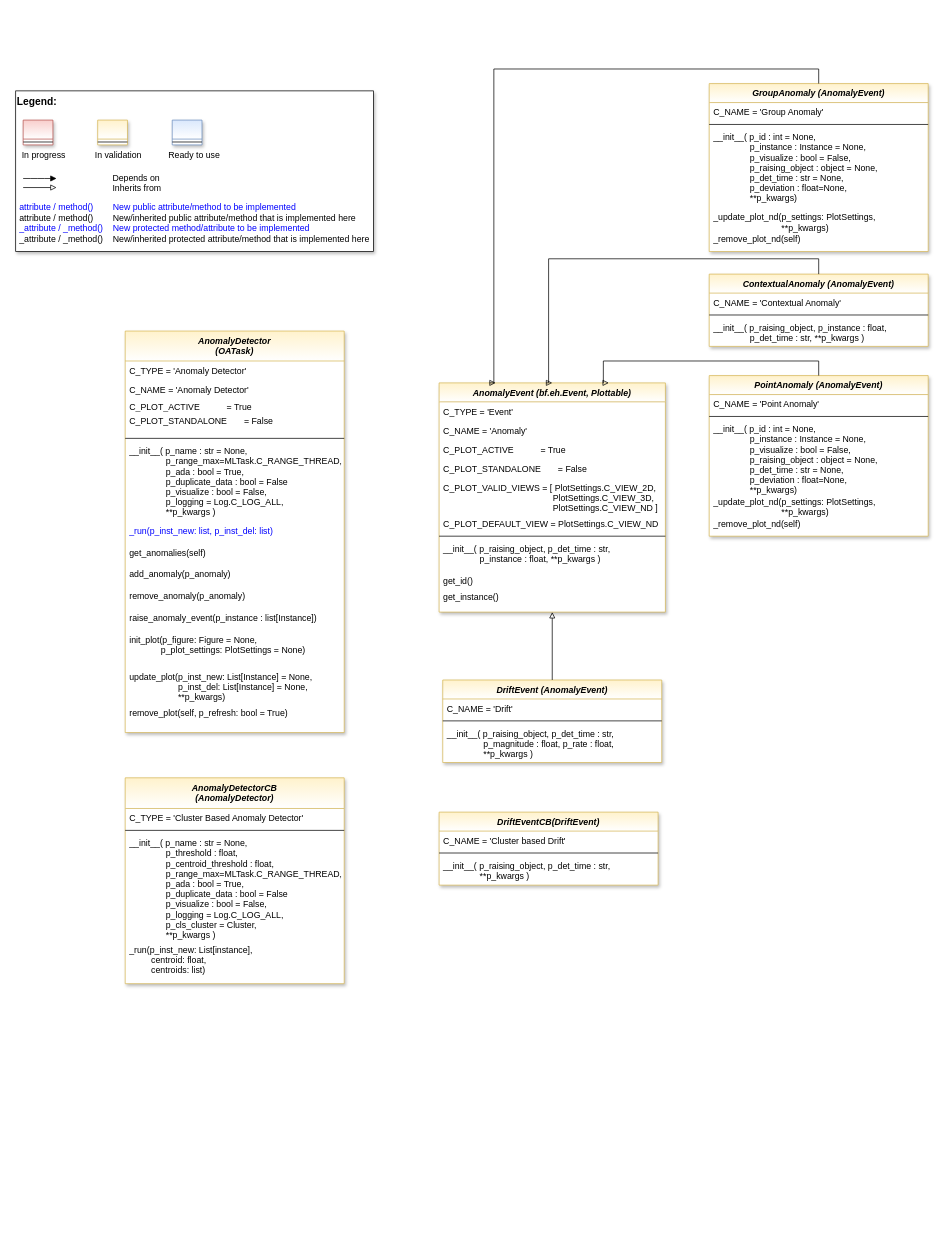
Before: page "Page-1" (1 of 2) of doc/rtd/content/99_appendices/appendix2/sub/core/mlpro_oa/streams/tasks/images/MLPro-OA_Anomaly_Detectors_class_diagram.drawio in fhswf/MLPro, a draw.io diagram. Source tidied: cells renumbered, new cells numbered last; positions are measured from the earlier drawing's top-left corner, leaving out a move shared by most shapes. Both pictures are drawn from the tidied source at 73%, with x=0, y=0 at pixel (15, 69).
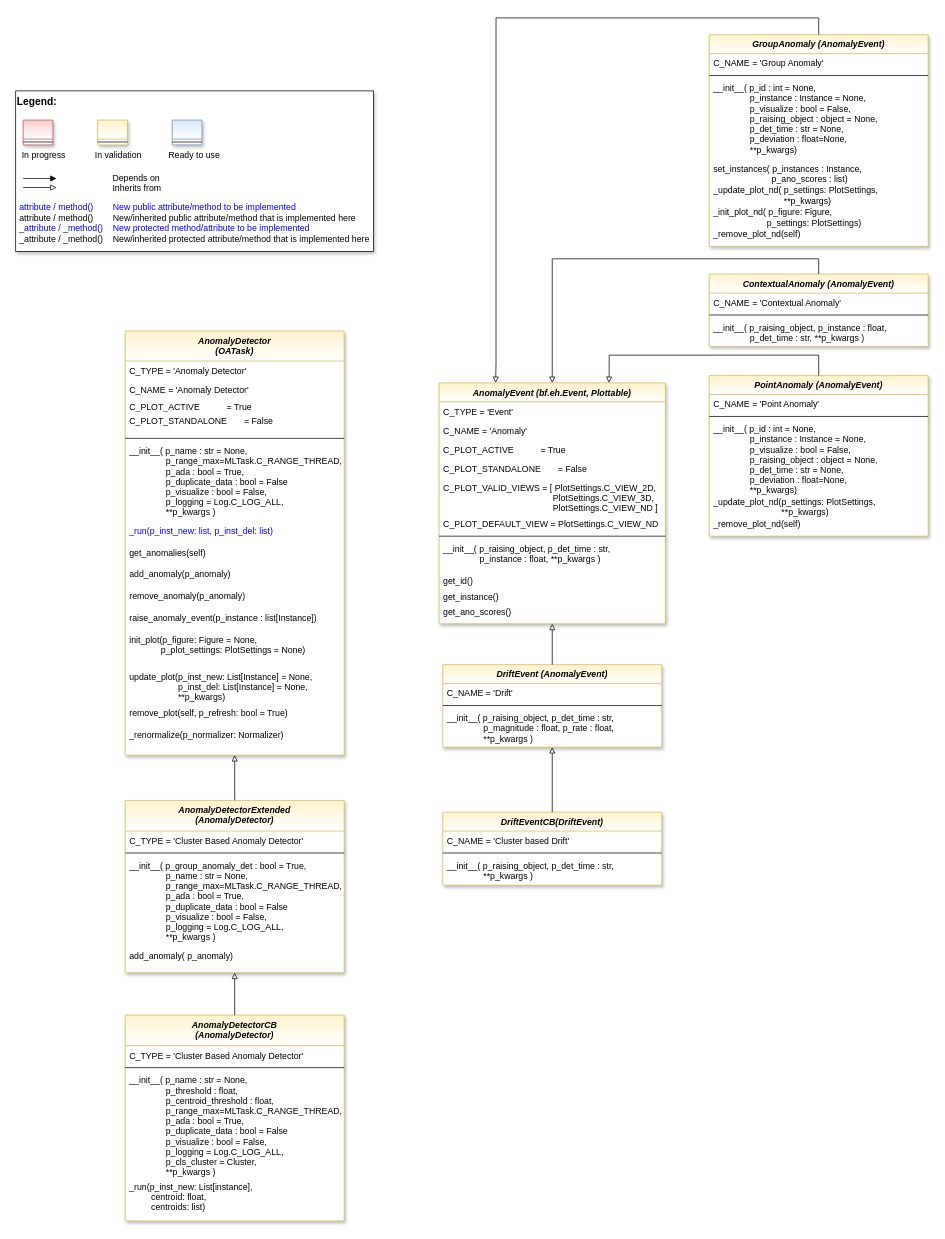
After the change.

Commit message (it also covers changes not shown here):
OA-Streams-AD: Visualization of anomalies #926

Unchanged cells that the change refers to:
```xml
<mxCell id="43" value="PointAnomaly (AnomalyEvent)" style="swimlane;fontStyle=3;align=center;verticalAlign=top;horizontal=1;startSize=26;rounded=0;shadow=1;strokeWidth=1;fillColor=#fff2cc;strokeColor=#d6b656;swimlaneFillColor=#ffffff;gradientColor=#ffffff;" parent="1" vertex="1">
  <mxGeometry x="950" y="420" width="300" height="220" as="geometry" />
</mxCell>
<mxCell id="64" value="ContextualAnomaly (AnomalyEvent)" style="swimlane;fontStyle=3;align=center;verticalAlign=top;horizontal=1;startSize=26;rounded=0;shadow=1;strokeWidth=1;fillColor=#fff2cc;strokeColor=#d6b656;swimlaneFillColor=#ffffff;gradientColor=#ffffff;" parent="1" vertex="1">
  <mxGeometry x="950" y="281" width="300" height="99" as="geometry" />
</mxCell>
```

What changed in the source:
```diff
@@
     <mxCell id="12" value="AnomalyDetector&#10;(OATask)" style="swimlane;fontStyle=3;align=center;verticalAlign=top;horizontal=1;startSize=41;rounded=0;shadow=1;strokeWidth=1;fillColor=#fff2cc;strokeColor=#d6b656;swimlaneFillColor=#ffffff;gradientColor=#ffffff;" parent="1" vertex="1">
-      <mxGeometry x="150" y="359" width="300" height="550" as="geometry" />
+      <mxGeometry x="150" y="359" width="300" height="581" as="geometry" />
     </mxCell>
@@
+    <mxCell id="71" value="_renormalize(p_normalizer: Normalizer) " style="text;align=left;verticalAlign=top;spacingLeft=4;spacingRight=4;overflow=hidden;shadow=1;fontColor=#000000;" parent="12" vertex="1">
+      <mxGeometry y="540" width="300" height="30" as="geometry" />
+    </mxCell>
     <mxCell id="27" value="AnomalyEvent (bf.eh.Event, Plottable)" style="swimlane;fontStyle=3;align=center;verticalAlign=top;horizontal=1;startSize=26;rounded=0;shadow=1;strokeWidth=1;fillColor=#fff2cc;strokeColor=#d6b656;swimlaneFillColor=#ffffff;gradientColor=#ffffff;" parent="1" vertex="1">
-      <mxGeometry x="580" y="430" width="310" height="314" as="geometry" />
+      <mxGeometry x="580" y="430" width="310" height="330" as="geometry" />
     </mxCell>
@@
+    <mxCell id="72" value="get_ano_scores()" style="text;align=left;verticalAlign=top;spacingLeft=4;spacingRight=4;overflow=hidden;" parent="27" vertex="1">
+      <mxGeometry y="300" width="310" height="20" as="geometry" />
+    </mxCell>
     <mxCell id="38" value="AnomalyDetectorCB &#10;(AnomalyDetector)" style="swimlane;fontStyle=3;align=center;verticalAlign=top;horizontal=1;startSize=42;rounded=0;shadow=1;strokeWidth=1;fillColor=#fff2cc;strokeColor=#d6b656;swimlaneFillColor=#ffffff;gradientColor=#ffffff;" parent="1" vertex="1">
-      <mxGeometry x="150" y="971" width="300" height="282" as="geometry" />
+      <mxGeometry x="150" y="1296" width="300" height="282" as="geometry" />
     </mxCell>
@@
     <mxCell id="49" value="DriftEvent (AnomalyEvent)" style="swimlane;fontStyle=3;align=center;verticalAlign=top;horizontal=1;startSize=26;rounded=0;shadow=1;strokeWidth=1;fillColor=#fff2cc;strokeColor=#d6b656;swimlaneFillColor=#ffffff;gradientColor=#ffffff;" parent="1" vertex="1">
-      <mxGeometry x="585" y="837" width="300" height="113" as="geometry" />
+      <mxGeometry x="585" y="816" width="300" height="113" as="geometry" />
     </mxCell>
@@
     <mxCell id="54" value="DriftEventCB(DriftEvent)" style="swimlane;fontStyle=3;align=center;verticalAlign=top;horizontal=1;startSize=26;rounded=0;shadow=1;strokeWidth=1;fillColor=#fff2cc;strokeColor=#d6b656;swimlaneFillColor=#ffffff;gradientColor=#ffffff;" parent="1" vertex="1">
-      <mxGeometry x="580" y="1018" width="300" height="100" as="geometry" />
+      <mxGeometry x="585" y="1018" width="300" height="100" as="geometry" />
     </mxCell>
@@
     <mxCell id="58" value="GroupAnomaly (AnomalyEvent)" style="swimlane;fontStyle=3;align=center;verticalAlign=top;horizontal=1;startSize=26;rounded=0;shadow=1;strokeWidth=1;fillColor=#fff2cc;strokeColor=#d6b656;swimlaneFillColor=#ffffff;gradientColor=#ffffff;" parent="1" vertex="1">
-      <mxGeometry x="950" y="20" width="300" height="230" as="geometry" />
+      <mxGeometry x="950" y="-47" width="300" height="290" as="geometry" />
     </mxCell>
@@
+    <mxCell id="73" value="set_instances( p_instances : Instance,&#10;                        p_ano_scores : list)" style="text;align=left;verticalAlign=top;spacingLeft=4;spacingRight=4;overflow=hidden;" parent="58" vertex="1">
+      <mxGeometry y="170" width="300" height="30" as="geometry" />
+    </mxCell>
-    <mxCell id="62" value="_update_plot_nd(p_settings: PlotSettings,&#10;                            **p_kwargs)" style="text;align=left;verticalAlign=top;spacingLeft=4;spacingRight=4;overflow=hidden;" parent="58" vertex="1">
-      <mxGeometry y="170" width="300" height="30" as="geometry" />
+    <mxCell id="62" value="_update_plot_nd( p_settings: PlotSettings,&#10;                             **p_kwargs)" style="text;align=left;verticalAlign=top;spacingLeft=4;spacingRight=4;overflow=hidden;" parent="58" vertex="1">
+      <mxGeometry y="200" width="300" height="30" as="geometry" />
     </mxCell>
-    <mxCell id="63" value="_remove_plot_nd(self)" style="text;align=left;verticalAlign=top;spacingLeft=4;spacingRight=4;overflow=hidden;" parent="58" vertex="1">
-      <mxGeometry y="200" width="300" height="20" as="geometry" />
+    <mxCell id="63" value="_init_plot_nd( p_figure: Figure,&#10;                       p_settings: PlotSettings)" style="text;align=left;verticalAlign=top;spacingLeft=4;spacingRight=4;overflow=hidden;" parent="58" vertex="1">
+      <mxGeometry y="230" width="300" height="30" as="geometry" />
     </mxCell>
+    <mxCell id="74" value="_remove_plot_nd(self)" style="text;align=left;verticalAlign=top;spacingLeft=4;spacingRight=4;overflow=hidden;" parent="58" vertex="1">
+      <mxGeometry y="260" width="300" height="20" as="geometry" />
+    </mxCell>
@@
     <mxCell id="68" style="edgeStyle=orthogonalEdgeStyle;rounded=0;jettySize=auto;html=1;fontColor=#0000FF;endArrow=block;endFill=0;entryX=0.25;entryY=0;entryDx=0;entryDy=0;exitX=0.5;exitY=0;exitDx=0;exitDy=0;" parent="1" edge="1" source="58" target="27">
       <mxGeometry relative="1" as="geometry">
         <Array as="points">
-          <mxPoint x="1100" />
-          <mxPoint x="655" />
-          <mxPoint x="655" y="430" />
+          <mxPoint x="1100" y="-70" />
+          <mxPoint x="658" y="-70" />
+          <mxPoint x="658" y="400" />
         </Array>
       </mxGeometry>
     </mxCell>
     <mxCell id="69" style="edgeStyle=orthogonalEdgeStyle;rounded=0;jettySize=auto;html=1;fontColor=#0000FF;endArrow=block;endFill=0;entryX=0.5;entryY=0;entryDx=0;entryDy=0;exitX=0.5;exitY=0;exitDx=0;exitDy=0;" parent="1" edge="1" source="64" target="27">
       <mxGeometry relative="1" as="geometry">
         <Array as="points">
           <mxPoint x="1100" y="260" />
-          <mxPoint x="730" y="260" />
+          <mxPoint x="735" y="260" />
         </Array>
       </mxGeometry>
     </mxCell>
-    <mxCell id="70" style="edgeStyle=orthogonalEdgeStyle;rounded=0;jettySize=auto;html=1;fontColor=#0000FF;endArrow=block;endFill=0;entryX=0.75;entryY=0;entryDx=0;entryDy=0;exitX=0.5;exitY=0;exitDx=0;exitDy=0;" parent="1" edge="1" source="43" target="27">
+    <mxCell id="70" style="edgeStyle=orthogonalEdgeStyle;rounded=0;jettySize=auto;html=1;fontColor=#0000FF;endArrow=block;endFill=0;entryX=0.75;entryY=0;entryDx=0;entryDy=0;exitX=0.5;exitY=0;exitDx=0;exitDy=0;" parent="1" edge="1" source="43">
       <mxGeometry relative="1" as="geometry">
+        <mxPoint x="812.5" y="430" as="targetPoint" />
         <Array as="points">
-          <mxPoint x="1100" y="400" />
-          <mxPoint x="805" y="400" />
+          <mxPoint x="1100" y="392" />
+          <mxPoint x="813" y="392" />
+          <mxPoint x="813" y="420" />
         </Array>
       </mxGeometry>
     </mxCell>
+    <mxCell id="75" value="AnomalyDetectorExtended&#10;(AnomalyDetector)" style="swimlane;fontStyle=3;align=center;verticalAlign=top;horizontal=1;startSize=42;rounded=0;shadow=1;strokeWidth=1;fillColor=#fff2cc;strokeColor=#d6b656;swimlaneFillColor=#ffffff;gradientColor=#ffffff;" parent="1" vertex="1">
+      <mxGeometry x="150" y="1002" width="300" height="236" as="geometry" />
+    </mxCell>
+    <mxCell id="76" value="C_TYPE = 'Cluster Based Anomaly Detector'" style="text;align=left;verticalAlign=top;spacingLeft=4;spacingRight=4;overflow=hidden;fontColor=default;" parent="75" vertex="1">
+      <mxGeometry y="42" width="300" height="26" as="geometry" />
+    </mxCell>
+    <mxCell id="77" style="line;html=1;strokeWidth=1;align=left;verticalAlign=middle;spacingTop=-1;spacingLeft=3;spacingRight=3;labelPosition=right;" parent="75" vertex="1">
+      <mxGeometry y="68" width="300" height="8" as="geometry" />
+    </mxCell>
+    <mxCell id="78" value="__init__( p_group_anomaly_det : bool = True,&#10;               p_name : str = None,&#10;               p_range_max=MLTask.C_RANGE_THREAD,&#10;               p_ada : bool = True,&#10;               p_duplicate_data : bool = False&#10;               p_visualize : bool = False,&#10;               p_logging = Log.C_LOG_ALL,&#10;               **p_kwargs )" style="text;align=left;verticalAlign=top;spacingLeft=4;spacingRight=4;overflow=hidden;fontColor=default;" parent="75" vertex="1">
+      <mxGeometry y="76" width="300" height="124" as="geometry" />
+    </mxCell>
+    <mxCell id="79" value="add_anomaly( p_anomaly)" style="text;align=left;verticalAlign=top;spacingLeft=4;spacingRight=4;overflow=hidden;shadow=1;" parent="75" vertex="1">
+      <mxGeometry y="200" width="300" height="30" as="geometry" />
+    </mxCell>
+    <mxCell id="80" style="edgeStyle=orthogonalEdgeStyle;rounded=0;jettySize=auto;html=1;fontColor=#0000FF;endArrow=block;endFill=0;entryX=0.5;entryY=1;entryDx=0;entryDy=0;exitX=0.5;exitY=0;exitDx=0;exitDy=0;" parent="1" edge="1" source="54" target="49">
+      <mxGeometry relative="1" as="geometry" />
+    </mxCell>
+    <mxCell id="81" style="edgeStyle=orthogonalEdgeStyle;rounded=0;jettySize=auto;html=1;fontColor=#0000FF;endArrow=block;endFill=0;entryX=0.5;entryY=1;entryDx=0;entryDy=0;exitX=0.5;exitY=0;exitDx=0;exitDy=0;" parent="1" edge="1" source="75" target="12">
+      <mxGeometry relative="1" as="geometry" />
+    </mxCell>
+    <mxCell id="82" style="edgeStyle=orthogonalEdgeStyle;rounded=0;jettySize=auto;html=1;fontColor=#0000FF;endArrow=block;endFill=0;entryX=0.5;entryY=1;entryDx=0;entryDy=0;exitX=0.5;exitY=0;exitDx=0;exitDy=0;" parent="1" edge="1" source="38" target="75">
+      <mxGeometry relative="1" as="geometry" />
+    </mxCell>
```
